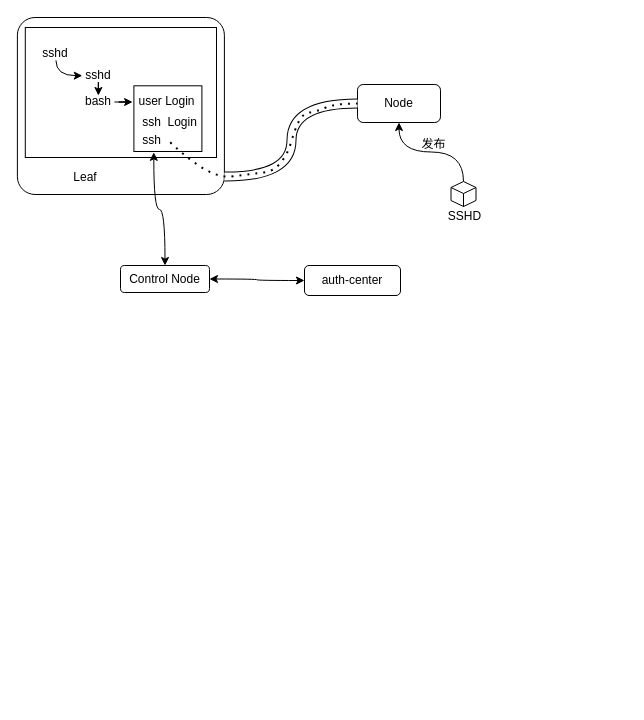
Above: control-node.drawio in supengchuan/draow-io-design (draw.io), before the change. Source tidied: cells renumbered, new cells numbered last; positions are measured from the earlier drawing's top-left corner, leaving out a move shared by most shapes. Both pictures are drawn from the tidied source at 100%, with x=0, y=0 at pixel (17, 17).
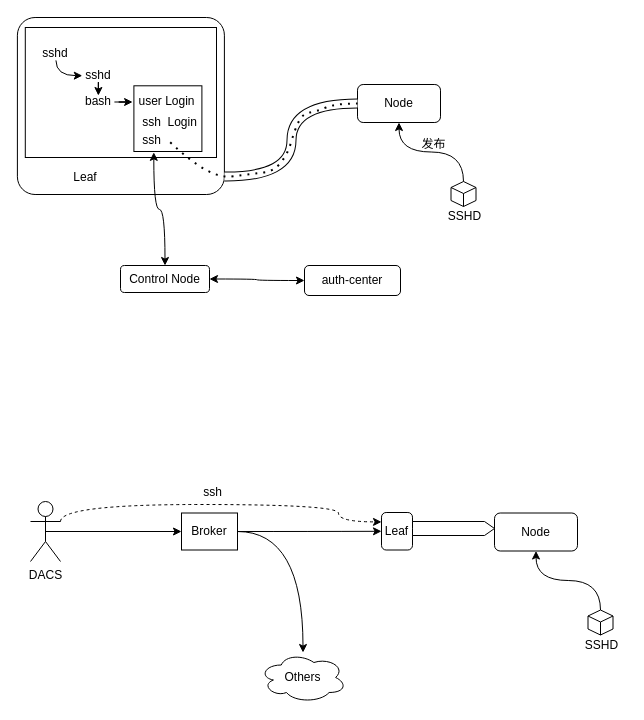
The same page after the edit.

Change to the diagram source:
```diff
@@
+    <mxCell id="28" value="Leaf" style="rounded=1;whiteSpace=wrap;html=1;" parent="1" vertex="1">
+      <mxGeometry x="364" y="495" width="31" height="37.5" as="geometry" />
+    </mxCell>
+    <mxCell id="29" style="edgeStyle=orthogonalEdgeStyle;rounded=0;jettySize=auto;html=1;exitX=0.5;exitY=0.5;exitDx=0;exitDy=0;exitPerimeter=0;entryX=0;entryY=0.5;entryDx=0;entryDy=0;" parent="1" edge="1" source="31" target="34">
+      <mxGeometry relative="1" as="geometry" />
+    </mxCell>
+    <mxCell id="30" style="edgeStyle=orthogonalEdgeStyle;curved=1;rounded=0;jettySize=auto;html=1;exitX=1;exitY=0.3333333333333333;exitDx=0;exitDy=0;exitPerimeter=0;entryX=0;entryY=0.25;entryDx=0;entryDy=0;dashed=1;" parent="1" edge="1" source="31" target="28">
+      <mxGeometry relative="1" as="geometry">
+        <Array as="points">
+          <mxPoint x="43" y="487" />
+          <mxPoint x="321" y="487" />
+          <mxPoint x="321" y="504" />
+        </Array>
+      </mxGeometry>
+    </mxCell>
+    <mxCell id="31" value="DACS" style="shape=umlActor;verticalLabelPosition=bottom;verticalAlign=top;html=1;outlineConnect=0;" parent="1" vertex="1">
+      <mxGeometry x="13" y="484" width="30" height="60" as="geometry" />
+    </mxCell>
+    <mxCell id="32" style="edgeStyle=orthogonalEdgeStyle;rounded=0;jettySize=auto;html=1;exitX=1;exitY=0.5;exitDx=0;exitDy=0;curved=1;" parent="1" edge="1" source="34" target="35">
+      <mxGeometry relative="1" as="geometry" />
+    </mxCell>
+    <mxCell id="33" style="edgeStyle=orthogonalEdgeStyle;curved=1;rounded=0;jettySize=auto;html=1;exitX=1;exitY=0.5;exitDx=0;exitDy=0;" parent="1" edge="1" source="34" target="28">
+      <mxGeometry relative="1" as="geometry" />
+    </mxCell>
+    <mxCell id="34" value="Broker" style="rounded=0;whiteSpace=wrap;html=1;" parent="1" vertex="1">
+      <mxGeometry x="164" y="495.5" width="56" height="37" as="geometry" />
+    </mxCell>
+    <mxCell id="35" value="Others" style="ellipse;shape=cloud;whiteSpace=wrap;html=1;" parent="1" vertex="1">
+      <mxGeometry x="242" y="635" width="87" height="50" as="geometry" />
+    </mxCell>
+    <mxCell id="36" value="ssh" style="text;html=1;align=center;verticalAlign=middle;strokeColor=none;fillColor=none;" parent="1" vertex="1">
+      <mxGeometry x="176" y="462" width="37" height="26" as="geometry" />
+    </mxCell>
+    <mxCell id="37" value="Node" style="rounded=1;whiteSpace=wrap;html=1;" parent="1" vertex="1">
+      <mxGeometry x="477" y="495.5" width="83" height="38" as="geometry" />
+    </mxCell>
+    <mxCell id="38" style="group;" parent="1" vertex="1">
+      <mxGeometry x="562" y="592.5" width="47" height="48" as="geometry" />
+    </mxCell>
+    <mxCell id="39" style="html=1;whiteSpace=wrap;shape=isoCube2;backgroundOutline=1;isoAngle=15;" parent="38" vertex="1">
+      <mxGeometry x="8.5" width="25" height="25" as="geometry" />
+    </mxCell>
+    <mxCell id="40" value="SSHD" style="text;html=1;align=center;verticalAlign=middle;strokeColor=none;fillColor=none;" parent="38" vertex="1">
+      <mxGeometry x="-4" y="22" width="51" height="26" as="geometry" />
+    </mxCell>
+    <mxCell id="41" style="edgeStyle=orthogonalEdgeStyle;rounded=0;jettySize=auto;html=1;exitX=0.5;exitY=0;exitDx=0;exitDy=0;exitPerimeter=0;entryX=0.5;entryY=1;entryDx=0;entryDy=0;curved=1;" parent="1" edge="1" source="39" target="37">
+      <mxGeometry relative="1" as="geometry" />
+    </mxCell>
+    <mxCell id="42" style="html=1;shadow=0;dashed=0;align=center;verticalAlign=middle;shape=mxgraph.arrows2.arrow;dy=0;dx=10;notch=0;" parent="1" vertex="1">
+      <mxGeometry x="395" y="504" width="82" height="14" as="geometry" />
+    </mxCell>
```
